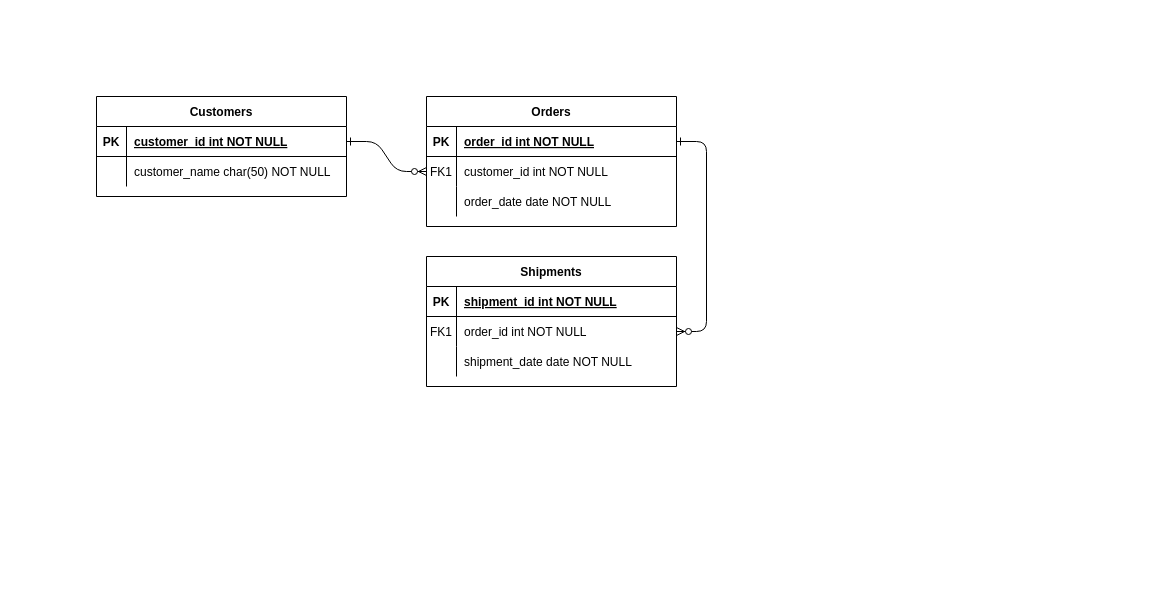
This is logic.drawio from edi334/edi334, a draw.io file, before an edit. Source tidied: cells renumbered, new cells numbered last; positions are measured from the earlier drawing's top-left corner, leaving out a move shared by most shapes. Both pictures are drawn from the tidied source at 100%, with x=0, y=0 at pixel (96, 96).
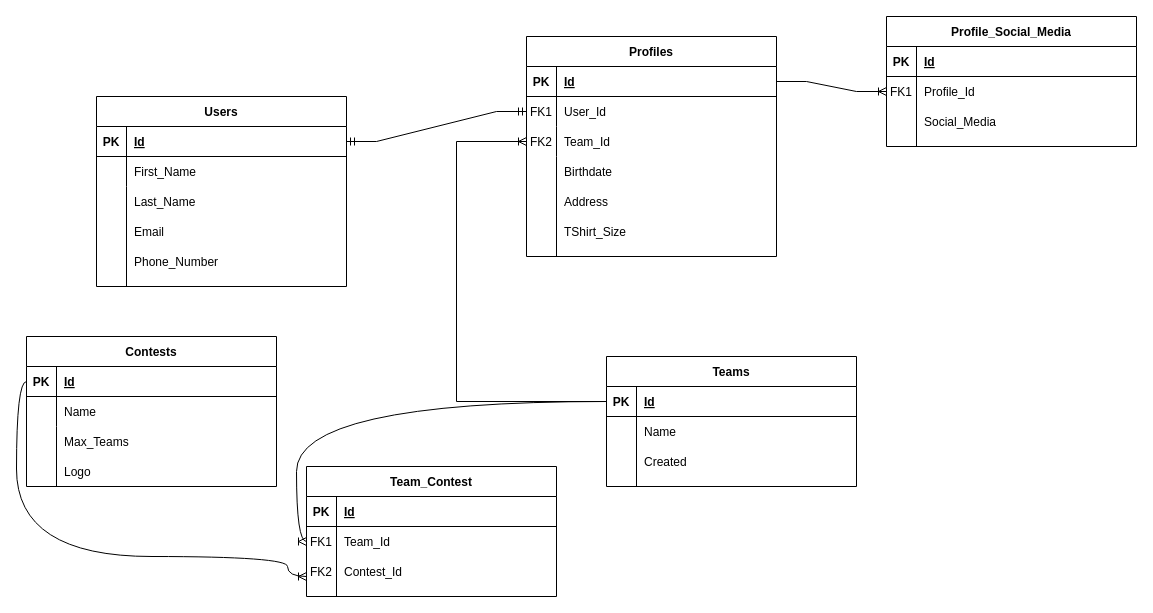
The same diagram, later.

Unchanged cells that the change refers to:
```xml
<mxCell id="5" style="shape=partialRectangle;fillColor=none;points=[[0,0.5],[1,0.5]];portConstraint=eastwest;top=0;left=0;right=0;bottom=1;" parent="4" vertex="1">
  <mxGeometry y="30" width="250" height="30" as="geometry" />
</mxCell>
<mxCell id="8" style="shape=partialRectangle;fillColor=none;points=[[0,0.5],[1,0.5]];portConstraint=eastwest;top=0;left=0;right=0;bottom=0;" parent="4" vertex="1">
  <mxGeometry y="60" width="250" height="30" as="geometry" />
</mxCell>
<mxCell id="11" style="shape=partialRectangle;fillColor=none;points=[[0,0.5],[1,0.5]];portConstraint=eastwest;top=0;left=0;right=0;bottom=0;" parent="4" vertex="1">
  <mxGeometry y="90" width="250" height="30" as="geometry" />
</mxCell>
<mxCell id="25" style="shape=partialRectangle;fillColor=none;points=[[0,0.5],[1,0.5]];portConstraint=eastwest;top=0;left=0;right=0;bottom=1;" parent="24" vertex="1">
  <mxGeometry y="30" width="250" height="30" as="geometry" />
</mxCell>
<mxCell id="28" style="shape=partialRectangle;fillColor=none;top=0;left=0;right=0;bottom=0;" parent="24" vertex="1">
  <mxGeometry y="60" width="250" height="30" as="geometry" />
</mxCell>
```

Diff of the diagram source:
```diff
@@
-    <mxCell id="2" style="edgeStyle=entityRelationEdgeStyle;endArrow=ERzeroToMany;startArrow=ERone;endFill=1;startFill=0;" parent="1" edge="1" source="25" target="8">
-      <mxGeometry relative="1" as="geometry" />
-    </mxCell>
-    <mxCell id="3" style="edgeStyle=entityRelationEdgeStyle;endArrow=ERzeroToMany;startArrow=ERone;endFill=1;startFill=0;" parent="1" edge="1" source="5" target="18">
-      <mxGeometry relative="1" as="geometry" />
-    </mxCell>
-    <mxCell id="4" value="Orders" style="shape=table;startSize=30;childLayout=tableLayout;rowLines=0;fontStyle=1;align=center;" parent="1" vertex="1">
-      <mxGeometry x="330" width="250" height="130" as="geometry" />
+    <mxCell id="4" value="Profiles" style="shape=table;startSize=30;childLayout=tableLayout;rowLines=0;fontStyle=1;align=center;" parent="1" vertex="1">
+      <mxGeometry x="430" y="-60" width="250" height="220" as="geometry" />
     </mxCell>
@@
-    <mxCell id="7" value="order_id int NOT NULL " style="shape=partialRectangle;overflow=hidden;fillColor=none;top=0;left=0;bottom=0;right=0;align=left;spacingLeft=6;fontStyle=5;" parent="5" vertex="1">
+    <mxCell id="7" value="Id" style="shape=partialRectangle;overflow=hidden;fillColor=none;top=0;left=0;bottom=0;right=0;align=left;spacingLeft=6;fontStyle=5;" parent="5" vertex="1">
       <mxGeometry x="30" width="220" height="30" as="geometry" />
     </mxCell>
@@
-    <mxCell id="10" value="customer_id int NOT NULL" style="shape=partialRectangle;overflow=hidden;fillColor=none;top=0;left=0;bottom=0;right=0;align=left;spacingLeft=6;" parent="8" vertex="1">
+    <mxCell id="10" value="User_Id" style="shape=partialRectangle;overflow=hidden;fillColor=none;top=0;left=0;bottom=0;right=0;align=left;spacingLeft=6;" parent="8" vertex="1">
       <mxGeometry x="30" width="220" height="30" as="geometry" />
     </mxCell>
@@
-    <mxCell id="12" style="shape=partialRectangle;overflow=hidden;fillColor=none;top=0;left=0;bottom=0;right=0;" parent="11" vertex="1">
+    <mxCell id="12" value="FK2" style="shape=partialRectangle;overflow=hidden;fillColor=none;top=0;left=0;bottom=0;right=0;" parent="11" vertex="1">
       <mxGeometry width="30" height="30" as="geometry" />
     </mxCell>
-    <mxCell id="13" value="order_date date NOT NULL" style="shape=partialRectangle;overflow=hidden;fillColor=none;top=0;left=0;bottom=0;right=0;align=left;spacingLeft=6;" parent="11" vertex="1">
+    <mxCell id="13" value="Team_Id" style="shape=partialRectangle;overflow=hidden;fillColor=none;top=0;left=0;bottom=0;right=0;align=left;spacingLeft=6;" parent="11" vertex="1">
       <mxGeometry x="30" width="220" height="30" as="geometry" />
     </mxCell>
-    <mxCell id="14" value="Shipments" style="shape=table;startSize=30;childLayout=tableLayout;rowLines=0;fontStyle=1;align=center;" parent="1" vertex="1">
-      <mxGeometry x="330" y="160" width="250" height="130" as="geometry" />
-    </mxCell>
-    <mxCell id="15" style="shape=partialRectangle;fillColor=none;top=0;left=0;right=0;bottom=1;" parent="14" vertex="1">
-      <mxGeometry y="30" width="250" height="30" as="geometry" />
-    </mxCell>
-    <mxCell id="16" value="PK" style="shape=partialRectangle;overflow=hidden;fillColor=none;top=0;left=0;bottom=0;right=0;fontStyle=1;" parent="15" vertex="1">
-      <mxGeometry width="30" height="30" as="geometry" />
-    </mxCell>
-    <mxCell id="17" value="shipment_id int NOT NULL " style="shape=partialRectangle;overflow=hidden;fillColor=none;top=0;left=0;bottom=0;right=0;align=left;spacingLeft=6;fontStyle=5;" parent="15" vertex="1">
-      <mxGeometry x="30" width="220" height="30" as="geometry" />
-    </mxCell>
-    <mxCell id="18" style="shape=partialRectangle;fillColor=none;points=[[0,0.5],[1,0.5]];portConstraint=eastwest;top=0;left=0;right=0;bottom=0;" parent="14" vertex="1">
-      <mxGeometry y="60" width="250" height="30" as="geometry" />
-    </mxCell>
-    <mxCell id="19" value="FK1" style="shape=partialRectangle;overflow=hidden;fillColor=none;top=0;left=0;bottom=0;right=0;" parent="18" vertex="1">
-      <mxGeometry width="30" height="30" as="geometry" />
-    </mxCell>
-    <mxCell id="20" value="order_id int NOT NULL" style="shape=partialRectangle;overflow=hidden;fillColor=none;top=0;left=0;bottom=0;right=0;align=left;spacingLeft=6;" parent="18" vertex="1">
-      <mxGeometry x="30" width="220" height="30" as="geometry" />
-    </mxCell>
-    <mxCell id="21" style="shape=partialRectangle;fillColor=none;top=0;left=0;right=0;bottom=0;" parent="14" vertex="1">
-      <mxGeometry y="90" width="250" height="30" as="geometry" />
-    </mxCell>
-    <mxCell id="22" style="shape=partialRectangle;overflow=hidden;fillColor=none;top=0;left=0;bottom=0;right=0;" parent="21" vertex="1">
-      <mxGeometry width="30" height="30" as="geometry" />
-    </mxCell>
-    <mxCell id="23" value="shipment_date date NOT NULL" style="shape=partialRectangle;overflow=hidden;fillColor=none;top=0;left=0;bottom=0;right=0;align=left;spacingLeft=6;" parent="21" vertex="1">
-      <mxGeometry x="30" width="220" height="30" as="geometry" />
-    </mxCell>
-    <mxCell id="24" value="Customers" style="shape=table;startSize=30;childLayout=tableLayout;rowLines=0;fontStyle=1;align=center;" parent="1" vertex="1">
-      <mxGeometry width="250" height="100" as="geometry" />
+    <mxCell id="24" value="Users" style="shape=table;startSize=30;childLayout=tableLayout;rowLines=0;fontStyle=1;align=center;" parent="1" vertex="1">
+      <mxGeometry width="250" height="190" as="geometry" />
     </mxCell>
@@
-    <mxCell id="27" value="customer_id int NOT NULL " style="shape=partialRectangle;overflow=hidden;fillColor=none;top=0;left=0;bottom=0;right=0;align=left;spacingLeft=6;fontStyle=5;" parent="25" vertex="1">
+    <mxCell id="27" value="Id" style="shape=partialRectangle;overflow=hidden;fillColor=none;top=0;left=0;bottom=0;right=0;align=left;spacingLeft=6;fontStyle=5;" parent="25" vertex="1">
       <mxGeometry x="30" width="220" height="30" as="geometry" />
     </mxCell>
@@
-    <mxCell id="30" value="customer_name char(50) NOT NULL" style="shape=partialRectangle;overflow=hidden;fillColor=none;top=0;left=0;bottom=0;right=0;align=left;spacingLeft=6;" parent="28" vertex="1">
+    <mxCell id="30" value="First_Name" style="shape=partialRectangle;overflow=hidden;fillColor=none;top=0;left=0;bottom=0;right=0;align=left;spacingLeft=6;" parent="28" vertex="1">
       <mxGeometry x="30" width="220" height="30" as="geometry" />
     </mxCell>
+    <mxCell id="31" style="endArrow=none;html=1;rounded=0;" parent="1" edge="1">
+      <mxGeometry relative="1" as="geometry">
+        <mxPoint x="30" y="160" as="sourcePoint" />
+        <mxPoint x="30" y="90" as="targetPoint" />
+      </mxGeometry>
+    </mxCell>
+    <mxCell id="32" value="Last_Name" style="shape=partialRectangle;overflow=hidden;fillColor=none;top=0;left=0;bottom=0;right=0;align=left;spacingLeft=6;" parent="1" vertex="1">
+      <mxGeometry x="30" y="90" width="220" height="30" as="geometry" />
+    </mxCell>
+    <mxCell id="33" value="Email" style="shape=partialRectangle;overflow=hidden;fillColor=none;top=0;left=0;bottom=0;right=0;align=left;spacingLeft=6;" parent="1" vertex="1">
+      <mxGeometry x="30" y="120" width="220" height="30" as="geometry" />
+    </mxCell>
+    <mxCell id="34" value="Phone_Number" style="shape=partialRectangle;overflow=hidden;fillColor=none;top=0;left=0;bottom=0;right=0;align=left;spacingLeft=6;" parent="1" vertex="1">
+      <mxGeometry x="30" y="150" width="220" height="30" as="geometry" />
+    </mxCell>
+    <mxCell id="35" style="endArrow=none;html=1;rounded=0;" parent="1" edge="1">
+      <mxGeometry relative="1" as="geometry">
+        <mxPoint x="30" y="190" as="sourcePoint" />
+        <mxPoint x="30" y="140" as="targetPoint" />
+      </mxGeometry>
+    </mxCell>
+    <mxCell id="36" style="endArrow=none;html=1;rounded=0;" parent="1" edge="1">
+      <mxGeometry relative="1" as="geometry">
+        <mxPoint x="460" y="160" as="sourcePoint" />
+        <mxPoint x="460" y="60" as="targetPoint" />
+      </mxGeometry>
+    </mxCell>
+    <mxCell id="37" value="Birthdate" style="shape=partialRectangle;overflow=hidden;fillColor=none;top=0;left=0;bottom=0;right=0;align=left;spacingLeft=6;" parent="1" vertex="1">
+      <mxGeometry x="460" y="60" width="220" height="30" as="geometry" />
+    </mxCell>
+    <mxCell id="38" value="Address" style="shape=partialRectangle;overflow=hidden;fillColor=none;top=0;left=0;bottom=0;right=0;align=left;spacingLeft=6;" parent="1" vertex="1">
+      <mxGeometry x="460" y="90" width="220" height="30" as="geometry" />
+    </mxCell>
+    <mxCell id="39" value="TShirt_Size" style="shape=partialRectangle;overflow=hidden;fillColor=none;top=0;left=0;bottom=0;right=0;align=left;spacingLeft=6;" parent="1" vertex="1">
+      <mxGeometry x="460" y="120" width="220" height="30" as="geometry" />
+    </mxCell>
+    <mxCell id="2" style="edgeStyle=entityRelationEdgeStyle;fontSize=12;html=1;endArrow=ERmandOne;startArrow=ERmandOne;rounded=0;entryX=0;entryY=0.5;entryDx=0;entryDy=0;exitX=1;exitY=0.5;exitDx=0;exitDy=0;" parent="1" edge="1" source="25" target="8">
+      <mxGeometry relative="1" as="geometry" />
+    </mxCell>
+    <mxCell id="40" value="Teams" style="shape=table;startSize=30;childLayout=tableLayout;rowLines=0;fontStyle=1;align=center;" parent="1" vertex="1">
+      <mxGeometry x="510" y="260" width="250" height="130" as="geometry" />
+    </mxCell>
+    <mxCell id="41" style="shape=partialRectangle;fillColor=none;points=[[0,0.5],[1,0.5]];portConstraint=eastwest;top=0;left=0;right=0;bottom=1;" parent="40" vertex="1">
+      <mxGeometry y="30" width="250" height="30" as="geometry" />
+    </mxCell>
+    <mxCell id="42" value="PK" style="shape=partialRectangle;overflow=hidden;fillColor=none;top=0;left=0;bottom=0;right=0;fontStyle=1;" parent="41" vertex="1">
+      <mxGeometry width="30" height="30" as="geometry" />
+    </mxCell>
+    <mxCell id="43" value="Id" style="shape=partialRectangle;overflow=hidden;fillColor=none;top=0;left=0;bottom=0;right=0;align=left;spacingLeft=6;fontStyle=5;" parent="41" vertex="1">
+      <mxGeometry x="30" width="220" height="30" as="geometry" />
+    </mxCell>
+    <mxCell id="44" style="shape=partialRectangle;fillColor=none;top=0;left=0;right=0;bottom=0;" parent="40" vertex="1">
+      <mxGeometry y="60" width="250" height="30" as="geometry" />
+    </mxCell>
+    <mxCell id="45" style="shape=partialRectangle;overflow=hidden;fillColor=none;top=0;left=0;bottom=0;right=0;" parent="44" vertex="1">
+      <mxGeometry width="30" height="30" as="geometry" />
+    </mxCell>
+    <mxCell id="46" value="Name" style="shape=partialRectangle;overflow=hidden;fillColor=none;top=0;left=0;bottom=0;right=0;align=left;spacingLeft=6;" parent="44" vertex="1">
+      <mxGeometry x="30" width="220" height="30" as="geometry" />
+    </mxCell>
+    <mxCell id="47" value="Created" style="shape=partialRectangle;overflow=hidden;fillColor=none;top=0;left=0;bottom=0;right=0;align=left;spacingLeft=6;" parent="1" vertex="1">
+      <mxGeometry x="540" y="350" width="220" height="30" as="geometry" />
+    </mxCell>
+    <mxCell id="48" style="endArrow=none;html=1;rounded=0;" parent="1" edge="1">
+      <mxGeometry relative="1" as="geometry">
+        <mxPoint x="540" y="390" as="sourcePoint" />
+        <mxPoint x="540" y="340" as="targetPoint" />
+      </mxGeometry>
+    </mxCell>
+    <mxCell id="49" style="fontSize=12;html=1;endArrow=ERoneToMany;rounded=0;edgeStyle=elbowEdgeStyle;exitX=0;exitY=0.5;exitDx=0;exitDy=0;entryX=0;entryY=0.5;entryDx=0;entryDy=0;" parent="1" edge="1" source="41" target="11">
+      <mxGeometry relative="1" as="geometry">
+        <Array as="points">
+          <mxPoint x="360" y="220" />
+        </Array>
+      </mxGeometry>
+    </mxCell>
+    <mxCell id="50" value="Team_Contest" style="shape=table;startSize=30;childLayout=tableLayout;rowLines=0;fontStyle=1;align=center;" parent="1" vertex="1">
+      <mxGeometry x="210" y="370" width="250" height="130" as="geometry" />
+    </mxCell>
+    <mxCell id="51" style="shape=partialRectangle;fillColor=none;top=0;left=0;right=0;bottom=1;" parent="50" vertex="1">
+      <mxGeometry y="30" width="250" height="30" as="geometry" />
+    </mxCell>
+    <mxCell id="52" value="PK" style="shape=partialRectangle;overflow=hidden;fillColor=none;top=0;left=0;bottom=0;right=0;fontStyle=1;" parent="51" vertex="1">
+      <mxGeometry width="30" height="30" as="geometry" />
+    </mxCell>
+    <mxCell id="53" value="Id" style="shape=partialRectangle;overflow=hidden;fillColor=none;top=0;left=0;bottom=0;right=0;align=left;spacingLeft=6;fontStyle=5;" parent="51" vertex="1">
+      <mxGeometry x="30" width="220" height="30" as="geometry" />
+    </mxCell>
+    <mxCell id="54" style="shape=partialRectangle;fillColor=none;points=[[0,0.5],[1,0.5]];portConstraint=eastwest;top=0;left=0;right=0;bottom=0;" parent="50" vertex="1">
+      <mxGeometry y="60" width="250" height="30" as="geometry" />
+    </mxCell>
+    <mxCell id="55" value="FK1" style="shape=partialRectangle;overflow=hidden;fillColor=none;top=0;left=0;bottom=0;right=0;" parent="54" vertex="1">
+      <mxGeometry width="30" height="30" as="geometry" />
+    </mxCell>
+    <mxCell id="56" value="Team_Id" style="shape=partialRectangle;overflow=hidden;fillColor=none;top=0;left=0;bottom=0;right=0;align=left;spacingLeft=6;" parent="54" vertex="1">
+      <mxGeometry x="30" width="220" height="30" as="geometry" />
+    </mxCell>
+    <mxCell id="57" value="Contest_Id" style="shape=partialRectangle;overflow=hidden;fillColor=none;top=0;left=0;bottom=0;right=0;align=left;spacingLeft=6;" parent="1" vertex="1">
+      <mxGeometry x="240" y="460" width="220" height="30" as="geometry" />
+    </mxCell>
+    <mxCell id="58" value="FK2" style="shape=partialRectangle;overflow=hidden;fillColor=none;top=0;left=0;bottom=0;right=0;" parent="1" vertex="1">
+      <mxGeometry x="210" y="460" width="30" height="30" as="geometry" />
+    </mxCell>
+    <mxCell id="59" style="endArrow=none;html=1;rounded=0;" parent="1" edge="1">
+      <mxGeometry relative="1" as="geometry">
+        <mxPoint x="240" y="500" as="sourcePoint" />
+        <mxPoint x="240" y="450" as="targetPoint" />
+      </mxGeometry>
+    </mxCell>
+    <mxCell id="60" style="edgeStyle=orthogonalEdgeStyle;fontSize=12;html=1;endArrow=ERoneToMany;rounded=0;curved=1;exitX=0;exitY=0.5;exitDx=0;exitDy=0;entryX=0;entryY=0.5;entryDx=0;entryDy=0;" parent="1" edge="1" source="41" target="54">
+      <mxGeometry relative="1" as="geometry" />
+    </mxCell>
+    <mxCell id="61" value="Contests" style="shape=table;startSize=30;childLayout=tableLayout;rowLines=0;fontStyle=1;align=center;" parent="1" vertex="1">
+      <mxGeometry x="-70" y="240" width="250" height="150" as="geometry" />
+    </mxCell>
+    <mxCell id="62" style="shape=partialRectangle;fillColor=none;points=[[0,0.5],[1,0.5]];portConstraint=eastwest;top=0;left=0;right=0;bottom=1;" parent="61" vertex="1">
+      <mxGeometry y="30" width="250" height="30" as="geometry" />
+    </mxCell>
+    <mxCell id="63" value="PK" style="shape=partialRectangle;overflow=hidden;fillColor=none;top=0;left=0;bottom=0;right=0;fontStyle=1;" parent="62" vertex="1">
+      <mxGeometry width="30" height="30" as="geometry" />
+    </mxCell>
+    <mxCell id="64" value="Id" style="shape=partialRectangle;overflow=hidden;fillColor=none;top=0;left=0;bottom=0;right=0;align=left;spacingLeft=6;fontStyle=5;" parent="62" vertex="1">
+      <mxGeometry x="30" width="220" height="30" as="geometry" />
+    </mxCell>
+    <mxCell id="65" style="shape=partialRectangle;fillColor=none;top=0;left=0;right=0;bottom=0;" parent="61" vertex="1">
+      <mxGeometry y="60" width="250" height="30" as="geometry" />
+    </mxCell>
+    <mxCell id="66" style="shape=partialRectangle;overflow=hidden;fillColor=none;top=0;left=0;bottom=0;right=0;" parent="65" vertex="1">
+      <mxGeometry width="30" height="30" as="geometry" />
+    </mxCell>
+    <mxCell id="67" value="Name" style="shape=partialRectangle;overflow=hidden;fillColor=none;top=0;left=0;bottom=0;right=0;align=left;spacingLeft=6;" parent="65" vertex="1">
+      <mxGeometry x="30" width="220" height="30" as="geometry" />
+    </mxCell>
+    <mxCell id="68" style="edgeStyle=orthogonalEdgeStyle;fontSize=12;html=1;endArrow=ERoneToMany;rounded=0;curved=1;exitX=0;exitY=0.5;exitDx=0;exitDy=0;" parent="1" edge="1" source="62">
+      <mxGeometry relative="1" as="geometry">
+        <mxPoint x="210" y="480" as="targetPoint" />
+        <Array as="points">
+          <mxPoint x="-80" y="285" />
+          <mxPoint x="-80" y="460" />
+          <mxPoint x="191" y="460" />
+        </Array>
+      </mxGeometry>
+    </mxCell>
+    <mxCell id="69" value="Max_Teams" style="shape=partialRectangle;overflow=hidden;fillColor=none;top=0;left=0;bottom=0;right=0;align=left;spacingLeft=6;" parent="1" vertex="1">
+      <mxGeometry x="-40" y="330" width="220" height="30" as="geometry" />
+    </mxCell>
+    <mxCell id="70" value="Logo" style="shape=partialRectangle;overflow=hidden;fillColor=none;top=0;left=0;bottom=0;right=0;align=left;spacingLeft=6;" parent="1" vertex="1">
+      <mxGeometry x="-40" y="360" width="220" height="30" as="geometry" />
+    </mxCell>
+    <mxCell id="71" style="endArrow=none;html=1;rounded=0;" parent="1" edge="1">
+      <mxGeometry relative="1" as="geometry">
+        <mxPoint x="-40" y="390" as="sourcePoint" />
+        <mxPoint x="-40" y="330" as="targetPoint" />
+      </mxGeometry>
+    </mxCell>
+    <mxCell id="72" value="Profile_Social_Media" style="shape=table;startSize=30;childLayout=tableLayout;rowLines=0;fontStyle=1;align=center;" parent="1" vertex="1">
+      <mxGeometry x="790" y="-80" width="250" height="130" as="geometry" />
+    </mxCell>
+    <mxCell id="73" style="shape=partialRectangle;fillColor=none;top=0;left=0;right=0;bottom=1;" parent="72" vertex="1">
+      <mxGeometry y="30" width="250" height="30" as="geometry" />
+    </mxCell>
+    <mxCell id="74" value="PK" style="shape=partialRectangle;overflow=hidden;fillColor=none;top=0;left=0;bottom=0;right=0;fontStyle=1;" parent="73" vertex="1">
+      <mxGeometry width="30" height="30" as="geometry" />
+    </mxCell>
+    <mxCell id="75" value="Id" style="shape=partialRectangle;overflow=hidden;fillColor=none;top=0;left=0;bottom=0;right=0;align=left;spacingLeft=6;fontStyle=5;" parent="73" vertex="1">
+      <mxGeometry x="30" width="220" height="30" as="geometry" />
+    </mxCell>
+    <mxCell id="76" style="shape=partialRectangle;fillColor=none;points=[[0,0.5],[1,0.5]];portConstraint=eastwest;top=0;left=0;right=0;bottom=0;" parent="72" vertex="1">
+      <mxGeometry y="60" width="250" height="30" as="geometry" />
+    </mxCell>
+    <mxCell id="77" value="FK1" style="shape=partialRectangle;overflow=hidden;fillColor=none;top=0;left=0;bottom=0;right=0;" parent="76" vertex="1">
+      <mxGeometry width="30" height="30" as="geometry" />
+    </mxCell>
+    <mxCell id="78" value="Profile_Id" style="shape=partialRectangle;overflow=hidden;fillColor=none;top=0;left=0;bottom=0;right=0;align=left;spacingLeft=6;" parent="76" vertex="1">
+      <mxGeometry x="30" width="220" height="30" as="geometry" />
+    </mxCell>
+    <mxCell id="79" value="Social_Media" style="shape=partialRectangle;overflow=hidden;fillColor=none;top=0;left=0;bottom=0;right=0;align=left;spacingLeft=6;" parent="1" vertex="1">
+      <mxGeometry x="820" y="10" width="220" height="30" as="geometry" />
+    </mxCell>
+    <mxCell id="80" style="edgeStyle=entityRelationEdgeStyle;fontSize=12;html=1;endArrow=ERoneToMany;rounded=0;entryX=0;entryY=0.5;entryDx=0;entryDy=0;exitX=1;exitY=0.5;exitDx=0;exitDy=0;" parent="1" edge="1" source="5" target="76">
+      <mxGeometry relative="1" as="geometry" />
+    </mxCell>
+    <mxCell id="81" style="endArrow=none;html=1;rounded=0;" parent="1" edge="1">
+      <mxGeometry relative="1" as="geometry">
+        <mxPoint x="820" y="50" as="sourcePoint" />
+        <mxPoint x="820" as="targetPoint" />
+      </mxGeometry>
+    </mxCell>
```
